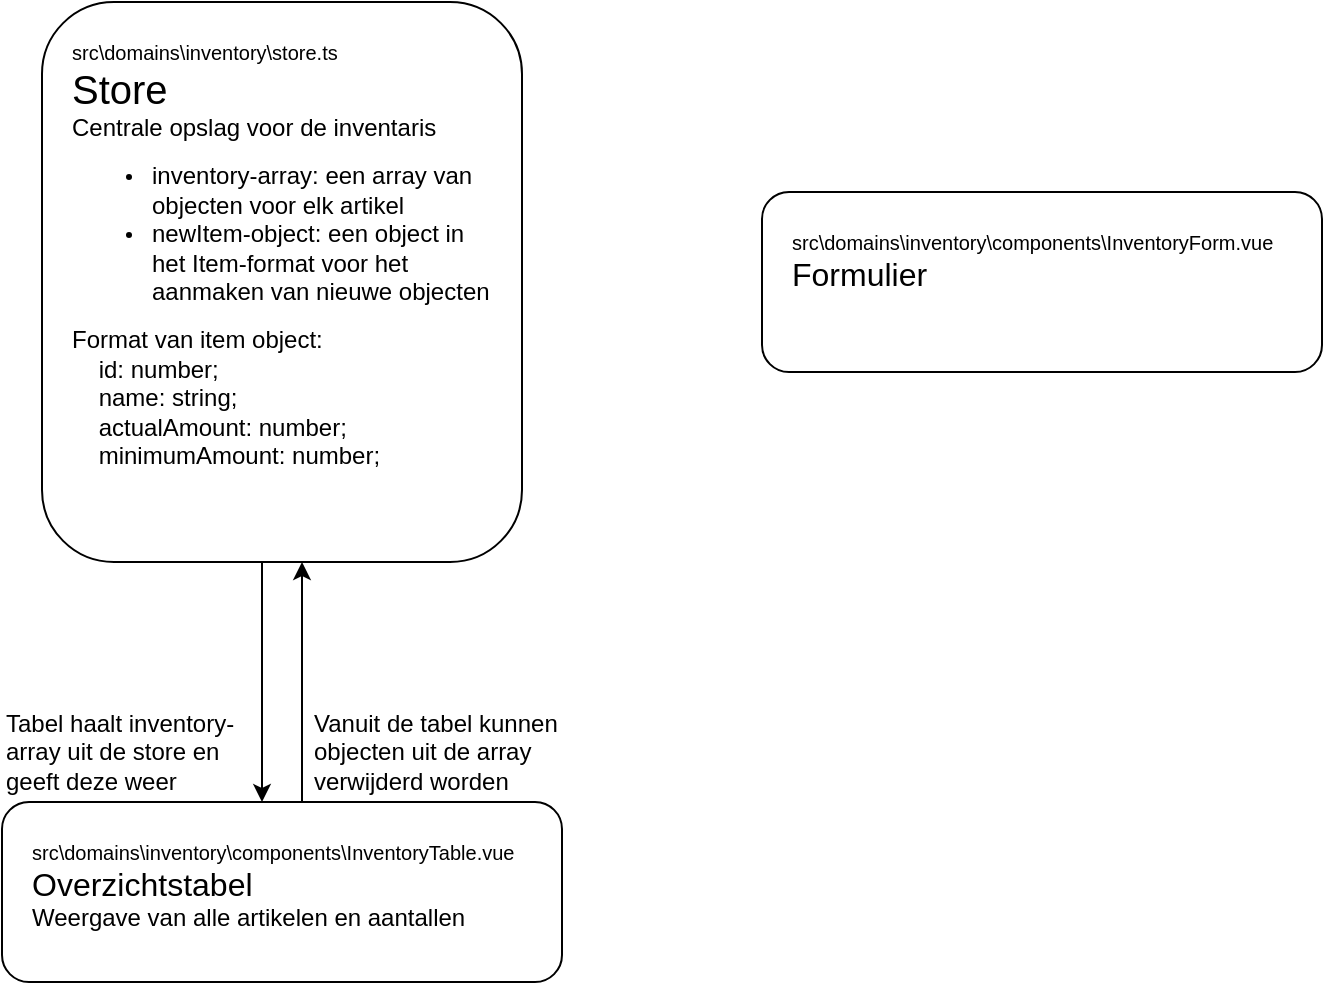
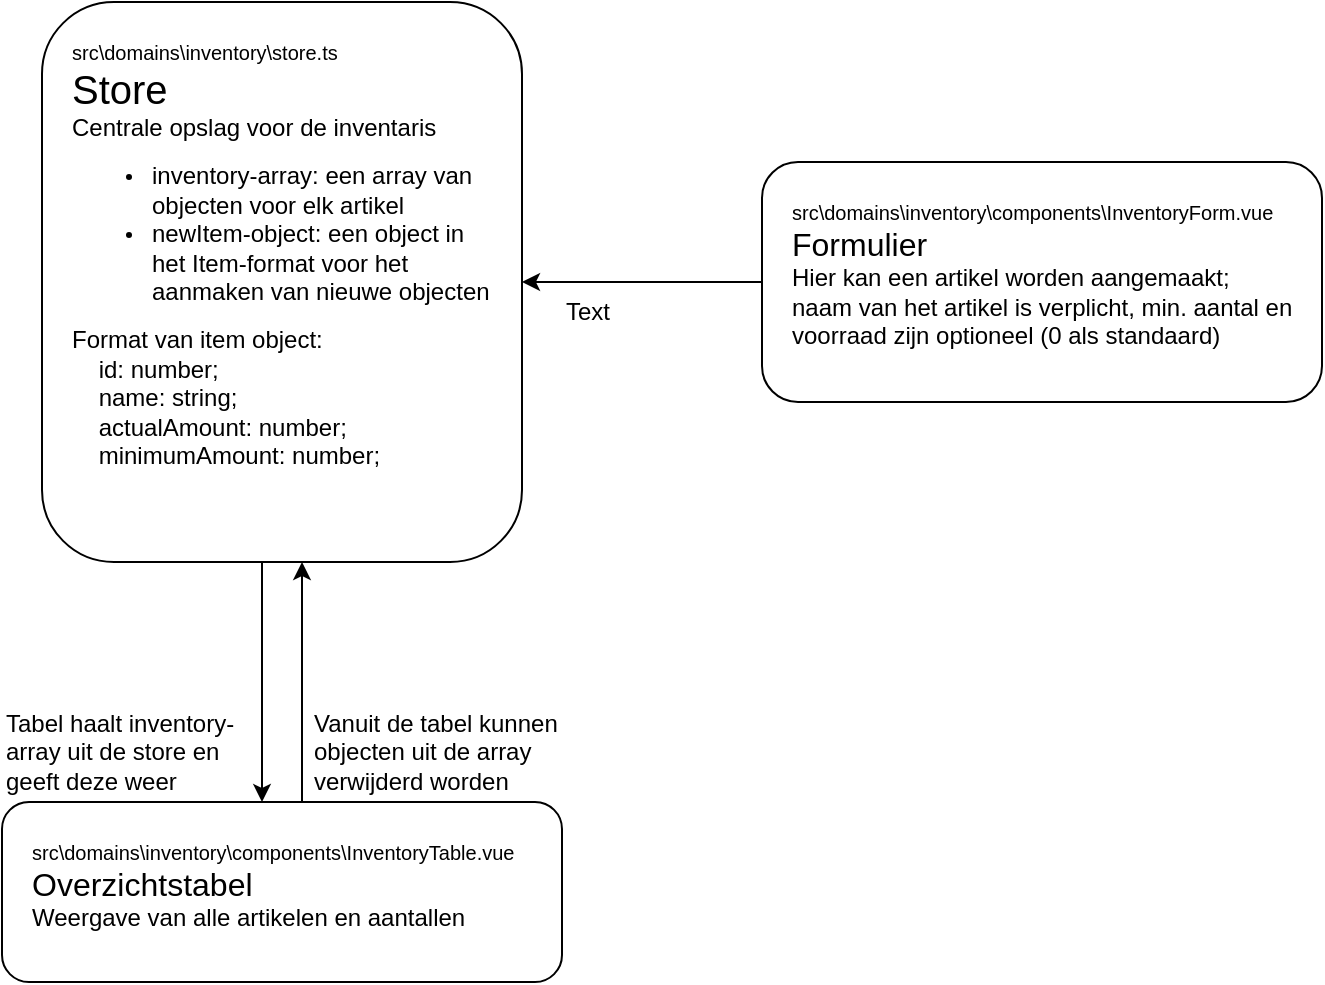
<mxfile host="app.diagrams.net" agent="Mozilla/5.0 (Windows NT 10.0; Win64; x64) AppleWebKit/537.36 (KHTML, like Gecko) Chrome/146.0.0.0 Safari/537.36" version="29.6.4">
  <diagram name="Pagina-1" id="jHJDa2tsZR8j9Yx50L5g">
    <mxGraphModel dx="516" dy="776" grid="1" gridSize="10" guides="1" tooltips="1" connect="1" arrows="1" fold="1" page="1" pageScale="1" pageWidth="827" pageHeight="1169" math="0" shadow="0">
      <root>
        <mxCell id="0" />
        <mxCell id="1" parent="0" />
        <mxCell id="uSY-HkKNFhWKNBA7KD2W-1" parent="1" style="rounded=1;whiteSpace=wrap;html=1;fontSize=10;align=left;verticalAlign=top;spacing=15;" value="&lt;div&gt;&lt;font&gt;src&lt;/font&gt;&lt;font&gt;\domains\inventory\store.ts&lt;/font&gt;&lt;/div&gt;&lt;font style=&quot;font-size: 20px;&quot;&gt;Store&lt;/font&gt;&lt;div&gt;&lt;font style=&quot;font-size: 12px;&quot;&gt;Centrale opslag voor de inventaris&lt;/font&gt;&lt;br&gt;&lt;div&gt;&lt;ul&gt;&lt;li&gt;&lt;font style=&quot;font-size: 12px;&quot;&gt;inventory-array: een array van objecten voor elk artikel&lt;/font&gt;&lt;/li&gt;&lt;li&gt;&lt;font style=&quot;font-size: 12px;&quot;&gt;newItem-object: een object in het Item-format voor het aanmaken van nieuwe objecten&lt;/font&gt;&lt;/li&gt;&lt;/ul&gt;&lt;div&gt;&lt;span style=&quot;font-size: 12px;&quot;&gt;Format van item object:&lt;/span&gt;&lt;/div&gt;&lt;/div&gt;&lt;/div&gt;&lt;div&gt;&lt;div style=&quot;&quot;&gt;&lt;span style=&quot;font-size: 12px;&quot;&gt;&amp;nbsp; &amp;nbsp; id: number;&lt;/span&gt;&lt;/div&gt;&lt;div style=&quot;&quot;&gt;&lt;span style=&quot;font-size: 12px;&quot;&gt;&amp;nbsp; &amp;nbsp; name: string;&lt;/span&gt;&lt;/div&gt;&lt;div style=&quot;&quot;&gt;&lt;span style=&quot;font-size: 12px;&quot;&gt;&amp;nbsp; &amp;nbsp; actualAmount: number;&lt;/span&gt;&lt;/div&gt;&lt;div style=&quot;&quot;&gt;&lt;span style=&quot;font-size: 12px;&quot;&gt;&amp;nbsp; &amp;nbsp; minimumAmount: number;&lt;/span&gt;&lt;/div&gt;&lt;/div&gt;" vertex="1">
          <mxGeometry height="280" width="240" x="280" y="320" as="geometry" />
        </mxCell>
        <mxCell id="uSY-HkKNFhWKNBA7KD2W-2" parent="1" style="rounded=1;whiteSpace=wrap;html=1;fontSize=10;verticalAlign=top;align=left;spacing=15;" value="src\domains\inventory\components\InventoryTable.vue&lt;div&gt;&lt;font style=&quot;font-size: 16px;&quot;&gt;Overzichtstabel&lt;/font&gt;&lt;/div&gt;&lt;div&gt;&lt;font style=&quot;font-size: 12px;&quot;&gt;Weergave van alle artikelen en aantallen&lt;/font&gt;&lt;/div&gt;" vertex="1">
          <mxGeometry height="90" width="280" x="260" y="720" as="geometry" />
        </mxCell>
        <mxCell id="eLQj0-DDMxeyVFWfvKQ9-2" edge="1" parent="1" style="endArrow=classic;html=1;rounded=0;exitX=0.5;exitY=1;exitDx=0;exitDy=0;entryX=0.5;entryY=0;entryDx=0;entryDy=0;" value="">
          <mxGeometry height="50" relative="1" width="50" as="geometry">
            <mxPoint x="390" y="600" as="sourcePoint" />
            <mxPoint x="390" y="720" as="targetPoint" />
          </mxGeometry>
        </mxCell>
        <mxCell id="eLQj0-DDMxeyVFWfvKQ9-4" parent="1" style="text;html=1;whiteSpace=wrap;strokeColor=none;fillColor=none;align=left;verticalAlign=middle;rounded=0;" value="Tabel haalt inventory-array uit de store en geeft deze weer" vertex="1">
          <mxGeometry height="30" width="130" x="260" y="680" as="geometry" />
        </mxCell>
        <mxCell id="eLQj0-DDMxeyVFWfvKQ9-5" edge="1" parent="1" style="endArrow=classic;html=1;rounded=0;exitX=0.5;exitY=0;exitDx=0;exitDy=0;" value="">
          <mxGeometry height="50" relative="1" width="50" as="geometry">
            <mxPoint x="410" y="720" as="sourcePoint" />
            <mxPoint x="410" y="600" as="targetPoint" />
          </mxGeometry>
        </mxCell>
        <mxCell id="eLQj0-DDMxeyVFWfvKQ9-6" parent="1" style="text;html=1;whiteSpace=wrap;strokeColor=none;fillColor=none;align=left;verticalAlign=middle;rounded=0;" value="Vanuit de tabel kunnen objecten uit de array verwijderd worden" vertex="1">
          <mxGeometry height="30" width="130" x="414" y="680" as="geometry" />
        </mxCell>
-         <mxCell id="eLQj0-DDMxeyVFWfvKQ9-7" parent="1" style="rounded=1;whiteSpace=wrap;html=1;fontSize=10;verticalAlign=top;align=left;spacing=15;" value="src\domains\inventory\components\InventoryForm.vue&lt;div&gt;&lt;font style=&quot;font-size: 16px;&quot;&gt;Formulier&lt;/font&gt;&lt;/div&gt;&lt;div&gt;&lt;br&gt;&lt;/div&gt;" vertex="1">
-           <mxGeometry height="90" width="280" x="640" y="415" as="geometry" />
+         <mxCell id="eLQj0-DDMxeyVFWfvKQ9-7" parent="1" style="rounded=1;whiteSpace=wrap;html=1;fontSize=10;verticalAlign=top;align=left;spacing=15;" value="src\domains\inventory\components\InventoryForm.vue&lt;div&gt;&lt;font style=&quot;font-size: 16px;&quot;&gt;Formulier&lt;/font&gt;&lt;/div&gt;&lt;div&gt;&lt;font style=&quot;font-size: 12px;&quot;&gt;Hier kan een artikel worden aangemaakt; naam van het artikel is verplicht, min. aantal en voorraad zijn optioneel (0 als standaard)&lt;/font&gt;&lt;/div&gt;" vertex="1">
+           <mxGeometry height="120" width="280" x="640" y="400" as="geometry" />
+         </mxCell>
+         <mxCell id="eLQj0-DDMxeyVFWfvKQ9-9" edge="1" parent="1" source="eLQj0-DDMxeyVFWfvKQ9-7" style="endArrow=classic;html=1;rounded=0;exitX=0;exitY=0.5;exitDx=0;exitDy=0;entryX=1;entryY=0.5;entryDx=0;entryDy=0;" target="uSY-HkKNFhWKNBA7KD2W-1" value="">
+           <mxGeometry height="50" relative="1" width="50" as="geometry">
+             <mxPoint x="530" y="560" as="sourcePoint" />
+             <mxPoint x="580" y="510" as="targetPoint" />
+           </mxGeometry>
+         </mxCell>
+         <mxCell id="eLQj0-DDMxeyVFWfvKQ9-10" parent="1" style="text;html=1;whiteSpace=wrap;strokeColor=none;fillColor=none;align=left;verticalAlign=middle;rounded=0;" value="Text" vertex="1">
+           <mxGeometry height="30" width="60" x="540" y="460" as="geometry" />
        </mxCell>
      </root>
    </mxGraphModel>
  </diagram>
</mxfile>
